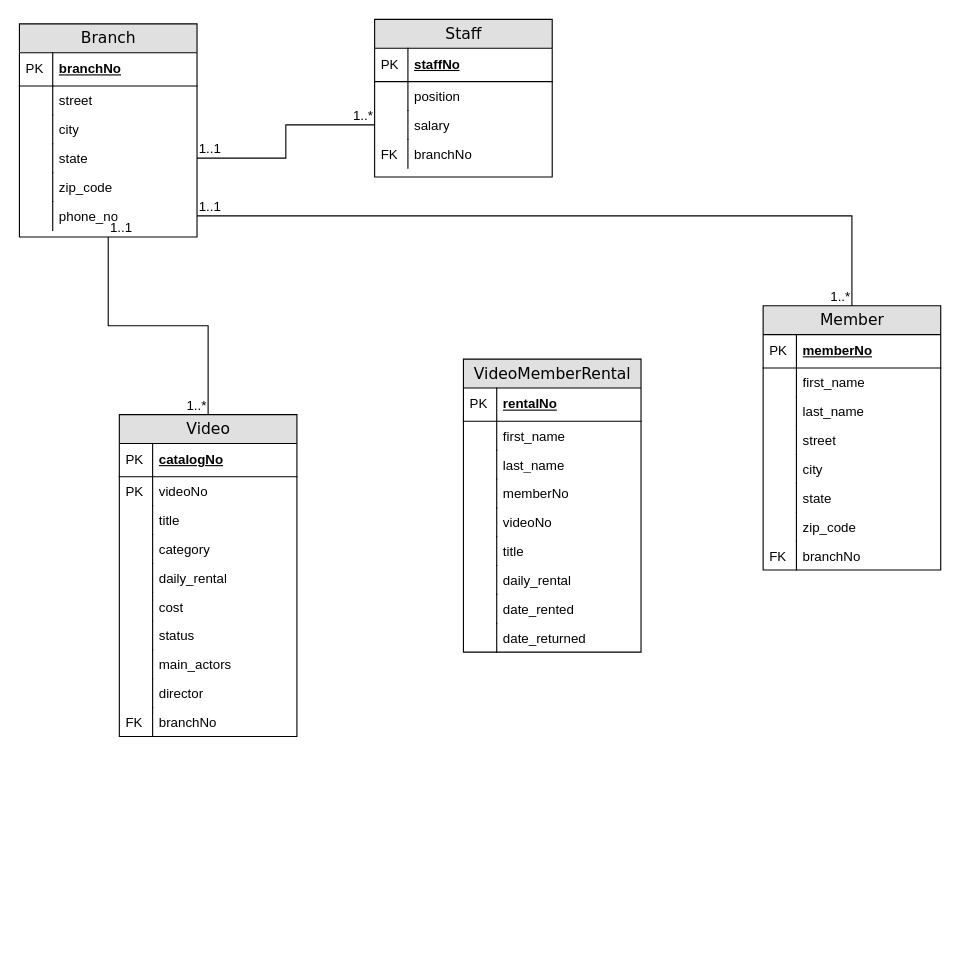
jilv220/UMLs keeps this draw.io diagram as 6623_phase1.drawio. Above is the earlier version. Source tidied: cells renumbered, new cells numbered last; positions are measured from the earlier drawing's top-left corner, leaving out a move shared by most shapes. Both pictures are drawn from the tidied source at 111%, with x=0, y=0 at pixel (19, 19).
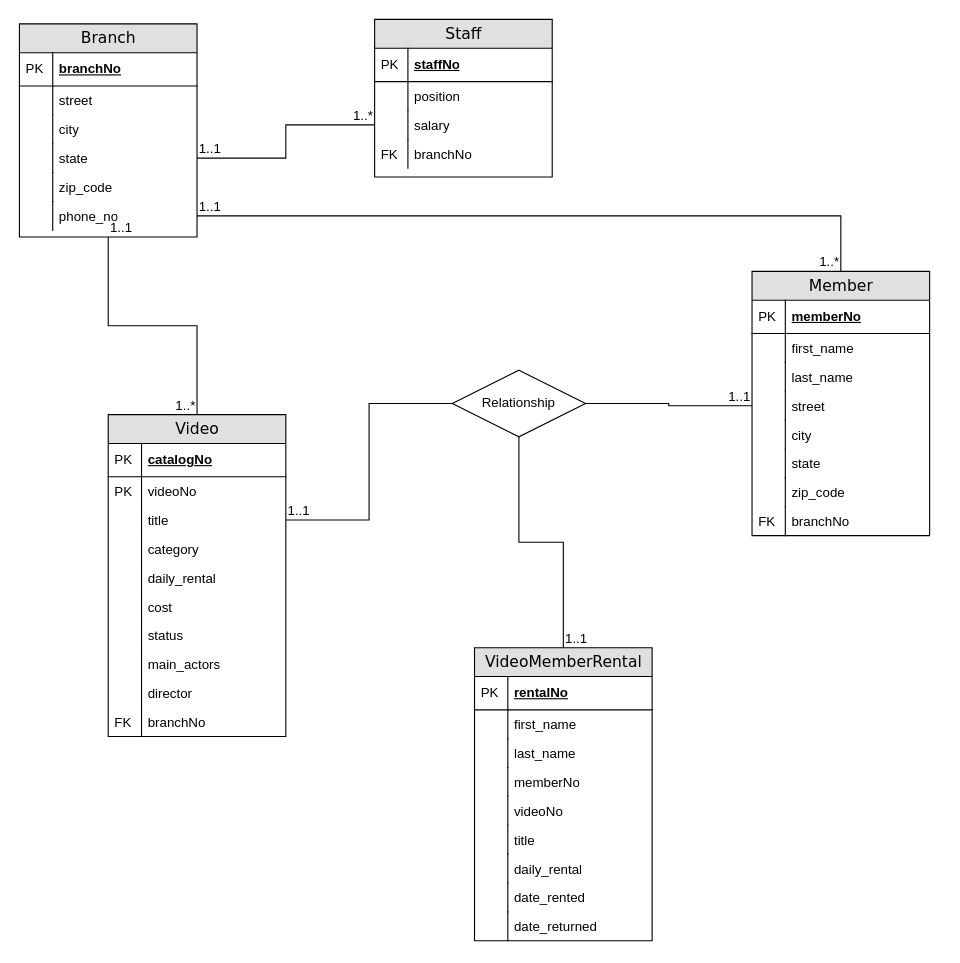
After the change.

Unchanged cells that the change refers to:
```xml
<mxCell id="34" value="street" style="shape=partialRectangle;top=0;left=0;right=0;bottom=0;html=1;align=left;verticalAlign=top;fillColor=none;spacingLeft=34;spacingRight=4;whiteSpace=wrap;overflow=hidden;points=[[0,0.5],[1,0.5]];portConstraint=eastwest;" parent="27" vertex="1">
  <mxGeometry y="108" width="160" height="26" as="geometry" />
</mxCell>
<mxCell id="52" value="title" style="shape=partialRectangle;top=0;left=0;right=0;bottom=0;html=1;align=left;verticalAlign=top;fillColor=none;spacingLeft=34;spacingRight=4;whiteSpace=wrap;overflow=hidden;points=[[0,0.5],[1,0.5]];portConstraint=eastwest;" parent="47" vertex="1">
  <mxGeometry y="82" width="160" height="26" as="geometry" />
</mxCell>
```

Diff of the diagram source:
```diff
@@
     <mxCell id="27" value="Member" style="swimlane;html=1;fontStyle=0;horizontal=1;startSize=26;fillColor=#e0e0e0;swimlaneFillColor=#ffffff;align=center;rounded=0;shadow=0;comic=0;labelBackgroundColor=none;strokeWidth=1;fontFamily=Verdana;fontSize=14;" parent="1" vertex="1">
-      <mxGeometry x="670" y="258" width="160" height="238" as="geometry" />
+      <mxGeometry x="660" y="227" width="160" height="238" as="geometry" />
     </mxCell>
@@
     <mxCell id="47" value="Video" style="swimlane;html=1;fontStyle=0;horizontal=1;startSize=26;fillColor=#e0e0e0;swimlaneFillColor=#ffffff;align=center;rounded=0;shadow=0;comic=0;labelBackgroundColor=none;strokeWidth=1;fontFamily=Verdana;fontSize=14;" parent="1" vertex="1">
-      <mxGeometry x="90" y="356" width="160" height="290" as="geometry" />
+      <mxGeometry x="80" y="356" width="160" height="290" as="geometry" />
     </mxCell>
@@
     <mxCell id="71" value="VideoMemberRental" style="swimlane;html=1;fontStyle=0;horizontal=1;startSize=26;fillColor=#e0e0e0;swimlaneFillColor=#ffffff;align=center;rounded=0;shadow=0;comic=0;labelBackgroundColor=none;strokeWidth=1;fontFamily=Verdana;fontSize=14;" parent="1" vertex="1">
-      <mxGeometry x="400" y="306" width="160" height="264" as="geometry" />
+      <mxGeometry x="410" y="566" width="160" height="264" as="geometry" />
     </mxCell>
@@
+    <mxCell id="90" value="Relationship" style="shape=rhombus;perimeter=rhombusPerimeter;whiteSpace=wrap;html=1;align=center;" parent="1" vertex="1">
+      <mxGeometry x="390" y="316" width="120" height="60" as="geometry" />
+    </mxCell>
+    <mxCell id="91" style="endArrow=none;html=1;rounded=0;entryX=0;entryY=0.5;entryDx=0;entryDy=0;edgeStyle=orthogonalEdgeStyle;exitX=1;exitY=0.5;exitDx=0;exitDy=0;" parent="1" edge="1" source="52" target="90">
+      <mxGeometry relative="1" as="geometry" />
+    </mxCell>
+    <mxCell id="92" value="1..1" style="html=1;whiteSpace=wrap;align=left;verticalAlign=bottom;" parent="91" vertex="1">
+      <mxGeometry x="-1" relative="1" as="geometry" />
+    </mxCell>
+    <mxCell id="93" style="endArrow=none;html=1;rounded=0;entryX=0.5;entryY=1;entryDx=0;entryDy=0;edgeStyle=orthogonalEdgeStyle;exitX=0.5;exitY=0;exitDx=0;exitDy=0;" parent="1" edge="1" source="71" target="90">
+      <mxGeometry relative="1" as="geometry" />
+    </mxCell>
+    <mxCell id="94" value="1..1" style="html=1;whiteSpace=wrap;align=left;verticalAlign=bottom;" parent="93" vertex="1">
+      <mxGeometry x="-1" relative="1" as="geometry" />
+    </mxCell>
+    <mxCell id="95" style="endArrow=none;html=1;rounded=0;entryX=0;entryY=0.5;entryDx=0;entryDy=0;edgeStyle=orthogonalEdgeStyle;exitX=1;exitY=0.5;exitDx=0;exitDy=0;" parent="1" edge="1" source="90" target="34">
+      <mxGeometry relative="1" as="geometry" />
+    </mxCell>
+    <mxCell id="96" style="html=1;whiteSpace=wrap;align=left;verticalAlign=bottom;" parent="95" vertex="1">
+      <mxGeometry x="-1" relative="1" as="geometry" />
+    </mxCell>
+    <mxCell id="97" value="1..1" style="html=1;whiteSpace=wrap;align=right;verticalAlign=bottom;" parent="95" vertex="1">
+      <mxGeometry x="1" relative="1" as="geometry" />
+    </mxCell>
```
